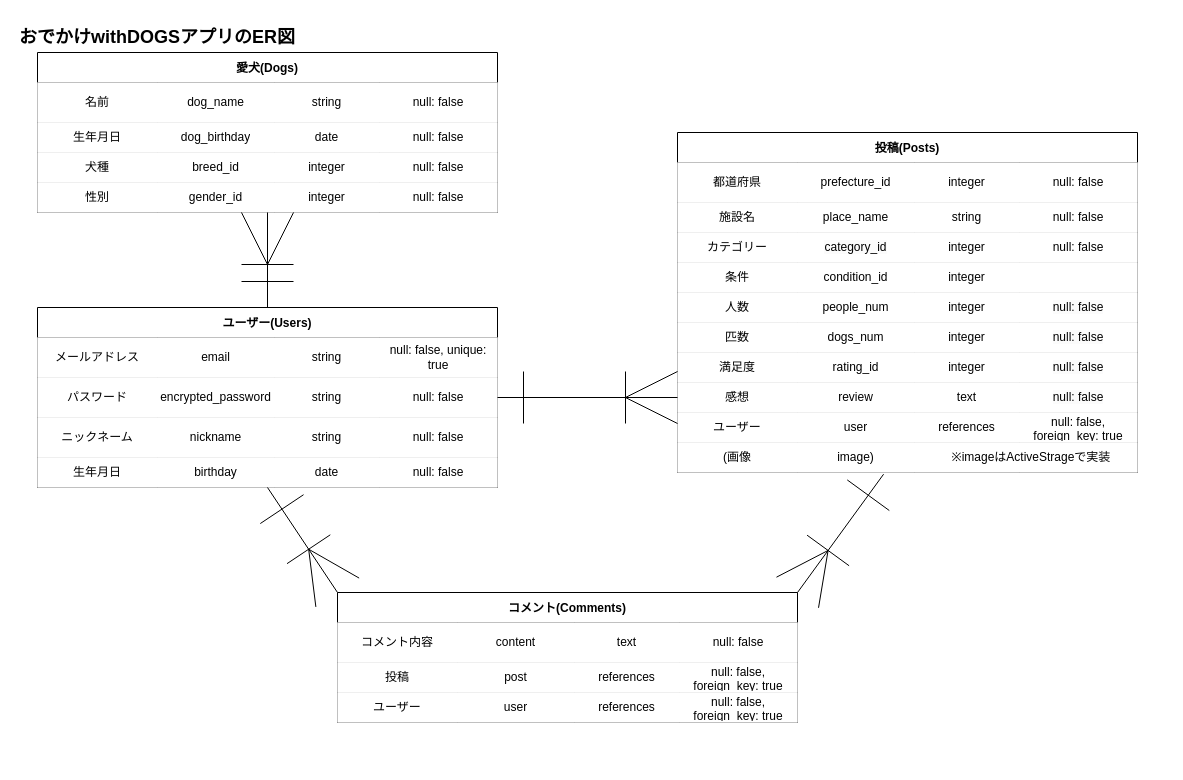
ChisatoMatoba/odekake-with-dogs keeps this draw.io diagram as OwD_ER.dio. Above is the earlier version. Source tidied: cells renumbered, new cells numbered last; positions are measured from the earlier drawing's top-left corner, leaving out a move shared by most shapes. Both pictures are drawn from the tidied source at 100%, with x=0, y=0 at pixel (17, 17).
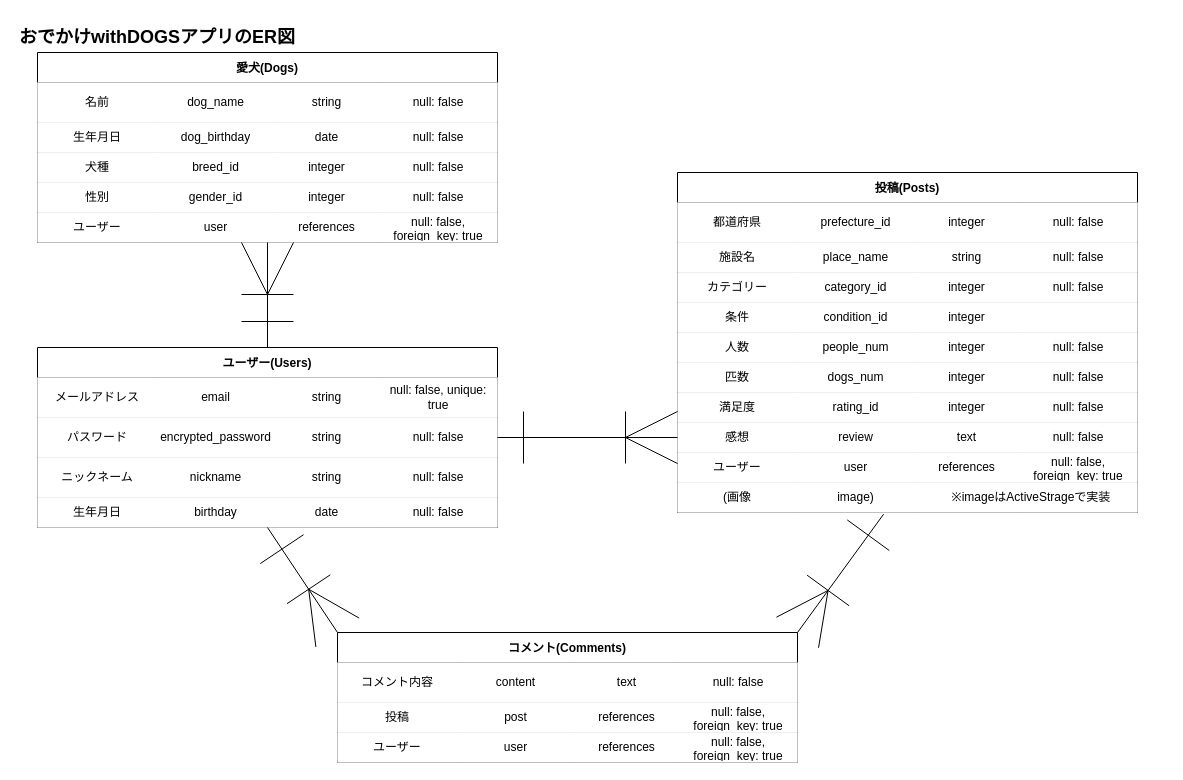
The same page after the edit.

The change refers to these unchanged cells:
```xml
<mxCell id="45" style="group;" parent="1" vertex="1">
  <mxGeometry x="660" y="115" width="489" height="310" as="geometry" />
</mxCell>
```

The edit, as a diff of the source:
```diff
@@
     <mxCell id="3" value="ユーザー(Users)" style="shape=table;startSize=30;childLayout=tableLayout;fontStyle=1;align=center;fillColor=#FFFFFF;strokeColor=#000000;" parent="1" vertex="1">
-      <mxGeometry x="20" y="290" width="460" height="180" as="geometry" />
+      <mxGeometry x="20" y="330" width="460" height="180" as="geometry" />
     </mxCell>
@@
     <mxCell id="24" value="愛犬(Dogs)" style="shape=table;startSize=30;childLayout=tableLayout;fontStyle=1;align=center;fillColor=#FFFFFF;strokeColor=#000000;" parent="1" vertex="1">
-      <mxGeometry x="20" y="35" width="460" height="160" as="geometry" />
+      <mxGeometry x="20" y="35" width="460" height="190" as="geometry" />
     </mxCell>
@@
+    <mxCell id="118" style="shape=tableRow;horizontal=0;startSize=0;swimlaneHead=0;swimlaneBody=0;top=0;left=0;bottom=0;right=0;fillColor=#FFFFFF;strokeColor=#000000;" parent="24" vertex="1">
+      <mxGeometry y="160" width="460" height="30" as="geometry" />
+    </mxCell>
+    <mxCell id="119" value="ユーザー" style="shape=partialRectangle;html=1;whiteSpace=wrap;fillColor=#FFFFFF;top=0;left=0;bottom=0;right=0;overflow=hidden;strokeColor=#000000;" parent="118" vertex="1">
+      <mxGeometry width="120" height="30" as="geometry" />
+    </mxCell>
+    <mxCell id="120" value="user" style="shape=partialRectangle;html=1;whiteSpace=wrap;fillColor=#FFFFFF;top=0;left=0;bottom=0;right=0;overflow=hidden;strokeColor=#000000;" parent="118" vertex="1">
+      <mxGeometry x="120" width="117" height="30" as="geometry" />
+    </mxCell>
+    <mxCell id="121" value="references" style="shape=partialRectangle;html=1;whiteSpace=wrap;fillColor=#FFFFFF;top=0;left=0;bottom=0;right=0;overflow=hidden;strokeColor=#000000;" parent="118" vertex="1">
+      <mxGeometry x="237" width="105" height="30" as="geometry" />
+    </mxCell>
+    <mxCell id="122" value="null: false, foreign_key: true" style="shape=partialRectangle;html=1;whiteSpace=wrap;fillColor=#FFFFFF;top=0;left=0;bottom=0;right=0;overflow=hidden;strokeColor=#000000;" parent="118" vertex="1">
+      <mxGeometry x="342" width="118" height="30" as="geometry" />
+    </mxCell>
@@
     <mxCell id="46" value="投稿(Posts)" style="shape=table;startSize=30;childLayout=tableLayout;fontStyle=1;align=center;fillColor=#FFFFFF;strokeColor=#000000;" parent="45" vertex="1">
-      <mxGeometry width="460" height="340" as="geometry" />
+      <mxGeometry y="40" width="460" height="340" as="geometry" />
     </mxCell>
@@
-    <mxCell id="97" value="※imageはActiveStrageで実装" style="text;html=1;strokeColor=none;fillColor=none;align=center;verticalAlign=middle;whiteSpace=wrap;rounded=0;" parent="45" vertex="1">
-      <mxGeometry x="219" y="310" width="270" height="30" as="geometry" />
-    </mxCell>
     <mxCell id="98" value="コメント(Comments)" style="shape=table;startSize=30;childLayout=tableLayout;fontStyle=1;align=center;fillColor=#FFFFFF;strokeColor=#000000;" parent="1" vertex="1">
-      <mxGeometry x="320" y="575" width="460" height="130" as="geometry" />
+      <mxGeometry x="320" y="615" width="460" height="130" as="geometry" />
     </mxCell>
@@
+    <mxCell id="97" value="※imageはActiveStrageで実装" style="text;html=1;strokeColor=none;fillColor=none;align=center;verticalAlign=middle;whiteSpace=wrap;rounded=0;" parent="1" vertex="1">
+      <mxGeometry x="879" y="465" width="270" height="30" as="geometry" />
+    </mxCell>
```
